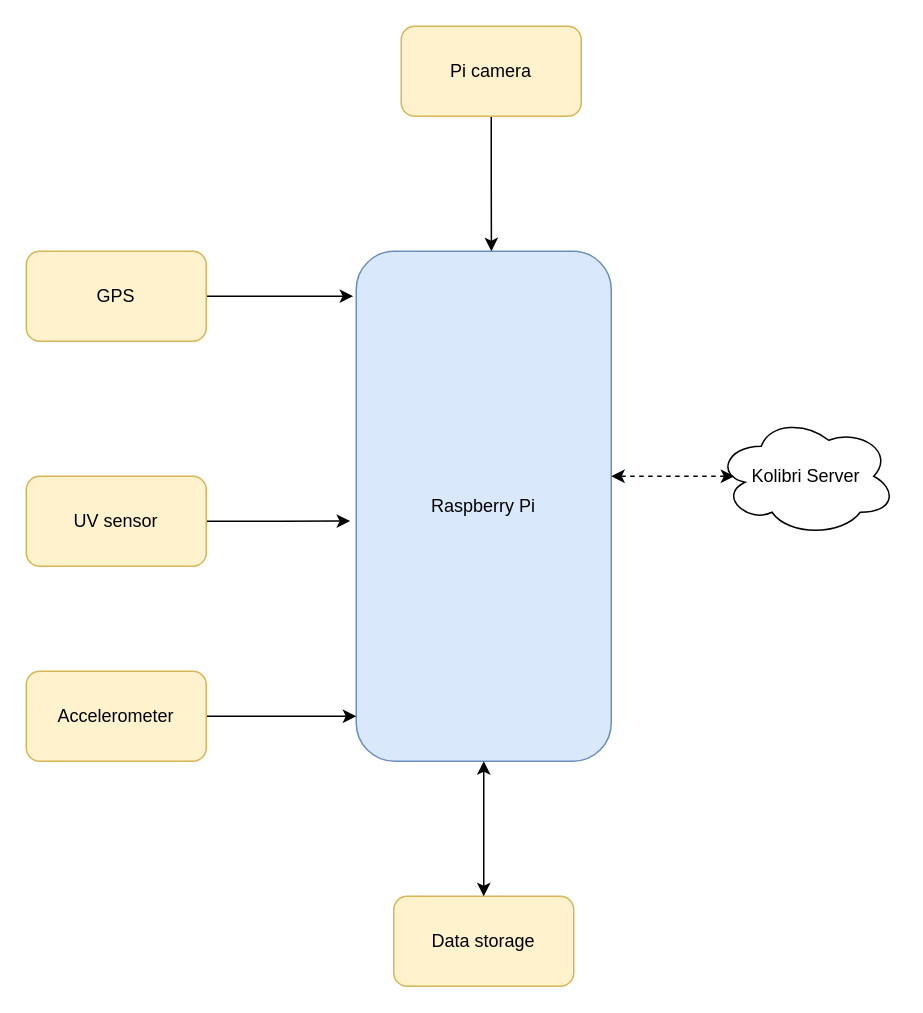
Above: flowcharts/system-diagram.drawio in Meshack-Kinyua/Omarichet_Versionngs (draw.io), before the change. Source tidied: cells renumbered, new cells numbered last; positions are measured from the earlier drawing's top-left corner, leaving out a move shared by most shapes. Both pictures are drawn from the tidied source at 150%, with x=0, y=0 at pixel (26, 26).
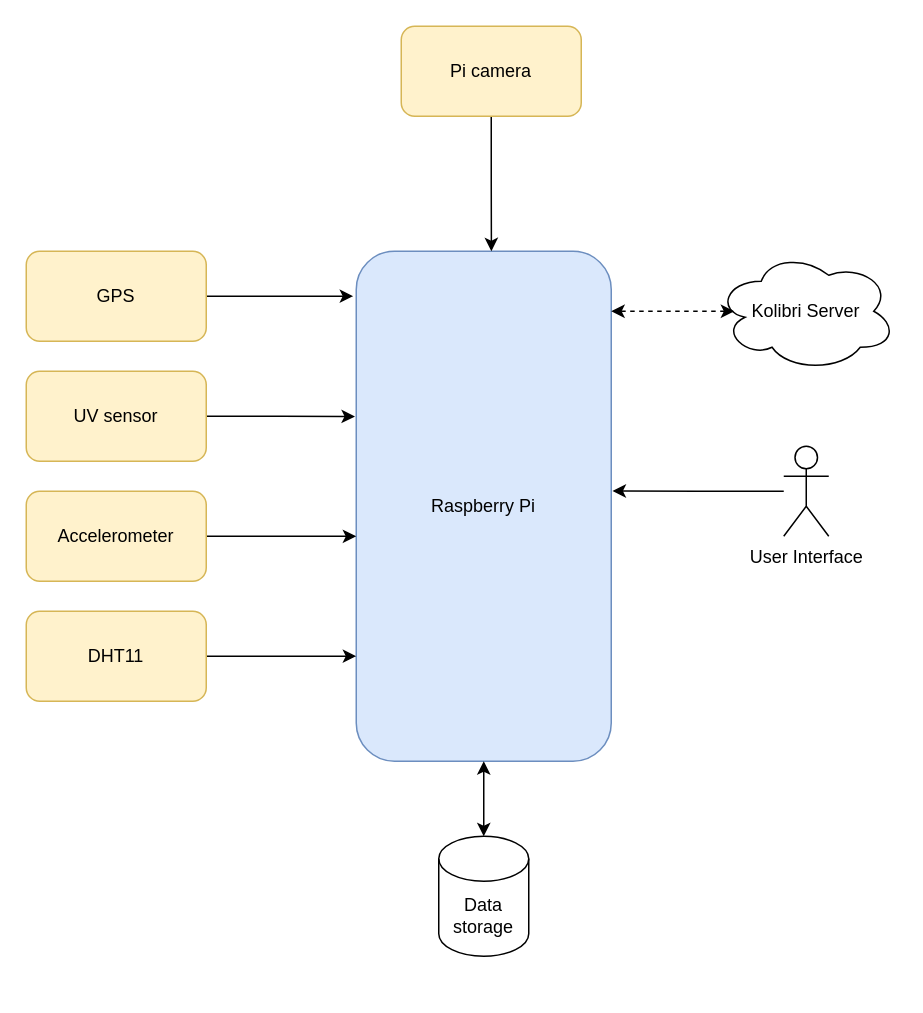
The same page after the edit.

Commit message (it also covers changes not shown here):
updates system flowchart

The change refers to these unchanged cells:
```xml
<mxCell id="2" value="Raspberry Pi" style="rounded=1;whiteSpace=wrap;html=1;fillColor=#dae8fc;strokeColor=#6c8ebf;" parent="1" vertex="1">
  <mxGeometry x="220" y="150" width="170" height="340" as="geometry" />
</mxCell>
```

Change to the diagram source:
```diff
@@
-    <mxCell id="7" style="edgeStyle=orthogonalEdgeStyle;rounded=0;jettySize=auto;html=1;entryX=-0.024;entryY=0.529;entryDx=0;entryDy=0;entryPerimeter=0;" parent="1" edge="1" source="8" target="2">
+    <mxCell id="7" style="edgeStyle=orthogonalEdgeStyle;rounded=0;jettySize=auto;html=1;entryX=-0.005;entryY=0.324;entryDx=0;entryDy=0;entryPerimeter=0;" parent="1" edge="1" source="8" target="2">
       <mxGeometry relative="1" as="geometry" />
     </mxCell>
     <mxCell id="8" value="UV sensor" style="rounded=1;whiteSpace=wrap;html=1;fillColor=#fff2cc;strokeColor=#d6b656;" parent="1" vertex="1">
-      <mxGeometry y="300" width="120" height="60" as="geometry" />
+      <mxGeometry y="230" width="120" height="60" as="geometry" />
     </mxCell>
-    <mxCell id="9" style="edgeStyle=orthogonalEdgeStyle;rounded=0;jettySize=auto;html=1;" parent="1" edge="1" source="10">
-      <mxGeometry relative="1" as="geometry">
-        <mxPoint x="220" y="460" as="targetPoint" />
-      </mxGeometry>
-    </mxCell>
+    <mxCell id="15" style="edgeStyle=orthogonalEdgeStyle;rounded=0;jettySize=auto;html=1;entryX=0;entryY=0.559;entryDx=0;entryDy=0;entryPerimeter=0;" parent="1" edge="1" source="10" target="2">
+      <mxGeometry relative="1" as="geometry" />
+    </mxCell>
     <mxCell id="10" value="Accelerometer" style="rounded=1;whiteSpace=wrap;html=1;fillColor=#fff2cc;strokeColor=#d6b656;" parent="1" vertex="1">
-      <mxGeometry y="430" width="120" height="60" as="geometry" />
+      <mxGeometry y="310" width="120" height="60" as="geometry" />
     </mxCell>
-    <mxCell id="11" value="Data storage" style="rounded=1;whiteSpace=wrap;html=1;fillColor=#fff2cc;strokeColor=#d6b656;" parent="1" vertex="1">
-      <mxGeometry x="245" y="580" width="120" height="60" as="geometry" />
-    </mxCell>
-    <mxCell id="12" style="endArrow=classic;startArrow=classic;html=1;rounded=0;entryX=0.5;entryY=1;entryDx=0;entryDy=0;exitX=0.5;exitY=0;exitDx=0;exitDy=0;" parent="1" edge="1" source="11" target="2">
-      <mxGeometry relative="1" as="geometry" />
+    <mxCell id="12" style="endArrow=classic;startArrow=classic;html=1;rounded=0;entryX=0.5;entryY=1;entryDx=0;entryDy=0;" parent="1" edge="1" target="2">
+      <mxGeometry relative="1" as="geometry">
+        <mxPoint x="305" y="540" as="sourcePoint" />
+      </mxGeometry>
     </mxCell>
     <mxCell id="13" value="Kolibri Server" style="ellipse;shape=cloud;whiteSpace=wrap;html=1;" parent="1" vertex="1">
-      <mxGeometry x="460" y="260" width="120" height="80" as="geometry" />
+      <mxGeometry x="460" y="150" width="120" height="80" as="geometry" />
     </mxCell>
     <mxCell id="14" style="endArrow=classic;startArrow=classic;html=1;rounded=0;entryX=0.5;entryY=1;entryDx=0;entryDy=0;exitX=0.1;exitY=0.5;exitDx=0;exitDy=0;exitPerimeter=0;dashed=1;" parent="1" edge="1" source="13">
       <mxGeometry relative="1" as="geometry">
-        <mxPoint x="390" y="300" as="targetPoint" />
+        <mxPoint x="390" y="190" as="targetPoint" />
       </mxGeometry>
     </mxCell>
+    <mxCell id="16" style="edgeStyle=orthogonalEdgeStyle;rounded=0;jettySize=auto;html=1;entryX=0;entryY=0.794;entryDx=0;entryDy=0;entryPerimeter=0;" parent="1" edge="1" source="17" target="2">
+      <mxGeometry relative="1" as="geometry" />
+    </mxCell>
+    <mxCell id="17" value="DHT11" style="rounded=1;whiteSpace=wrap;html=1;fillColor=#fff2cc;strokeColor=#d6b656;" parent="1" vertex="1">
+      <mxGeometry y="390" width="120" height="60" as="geometry" />
+    </mxCell>
+    <mxCell id="11" value="Data&lt;br&gt;storage" style="shape=cylinder3;whiteSpace=wrap;html=1;boundedLbl=1;backgroundOutline=1;size=15;" parent="1" vertex="1">
+      <mxGeometry x="275" y="540" width="60" height="80" as="geometry" />
+    </mxCell>
+    <mxCell id="18" style="edgeStyle=orthogonalEdgeStyle;rounded=0;jettySize=auto;html=1;entryX=1.005;entryY=0.47;entryDx=0;entryDy=0;entryPerimeter=0;" parent="1" edge="1" source="19" target="2">
+      <mxGeometry relative="1" as="geometry" />
+    </mxCell>
+    <mxCell id="19" value="User Interface" style="shape=umlActor;verticalLabelPosition=bottom;verticalAlign=top;html=1;outlineConnect=0;" parent="1" vertex="1">
+      <mxGeometry x="505" y="280" width="30" height="60" as="geometry" />
+    </mxCell>
```
